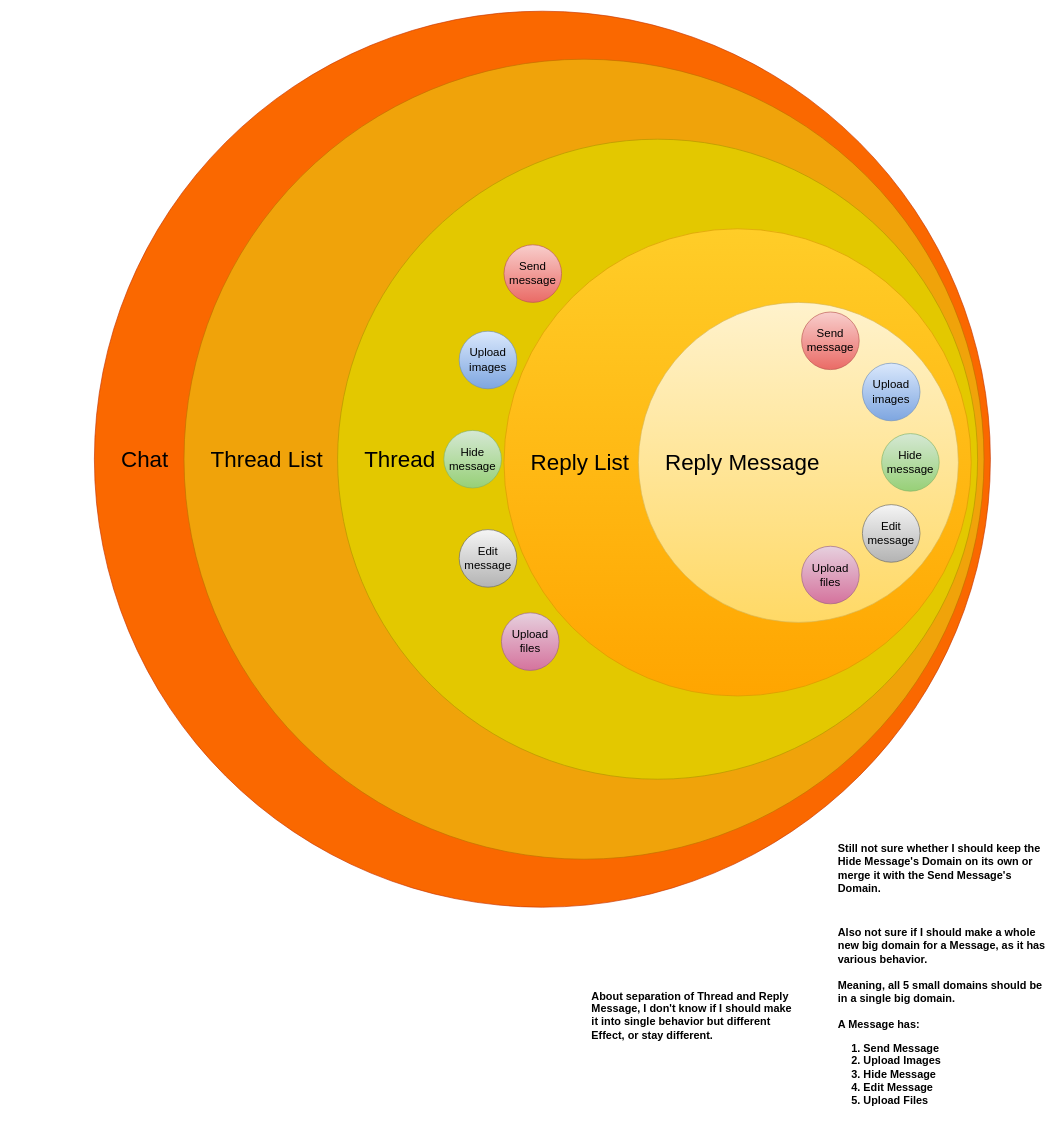
Above: page "Onion Architecture" (1 of 4) of Whole App Diagram.drawio in smashandhash/satsuma-apple (draw.io), before the change. Source tidied: cells renumbered, new cells numbered last; positions are measured from the earlier drawing's top-left corner, leaving out a move shared by most shapes. Both pictures are drawn from the tidied source at 64%, with x=0, y=0 at pixel (94, 11).
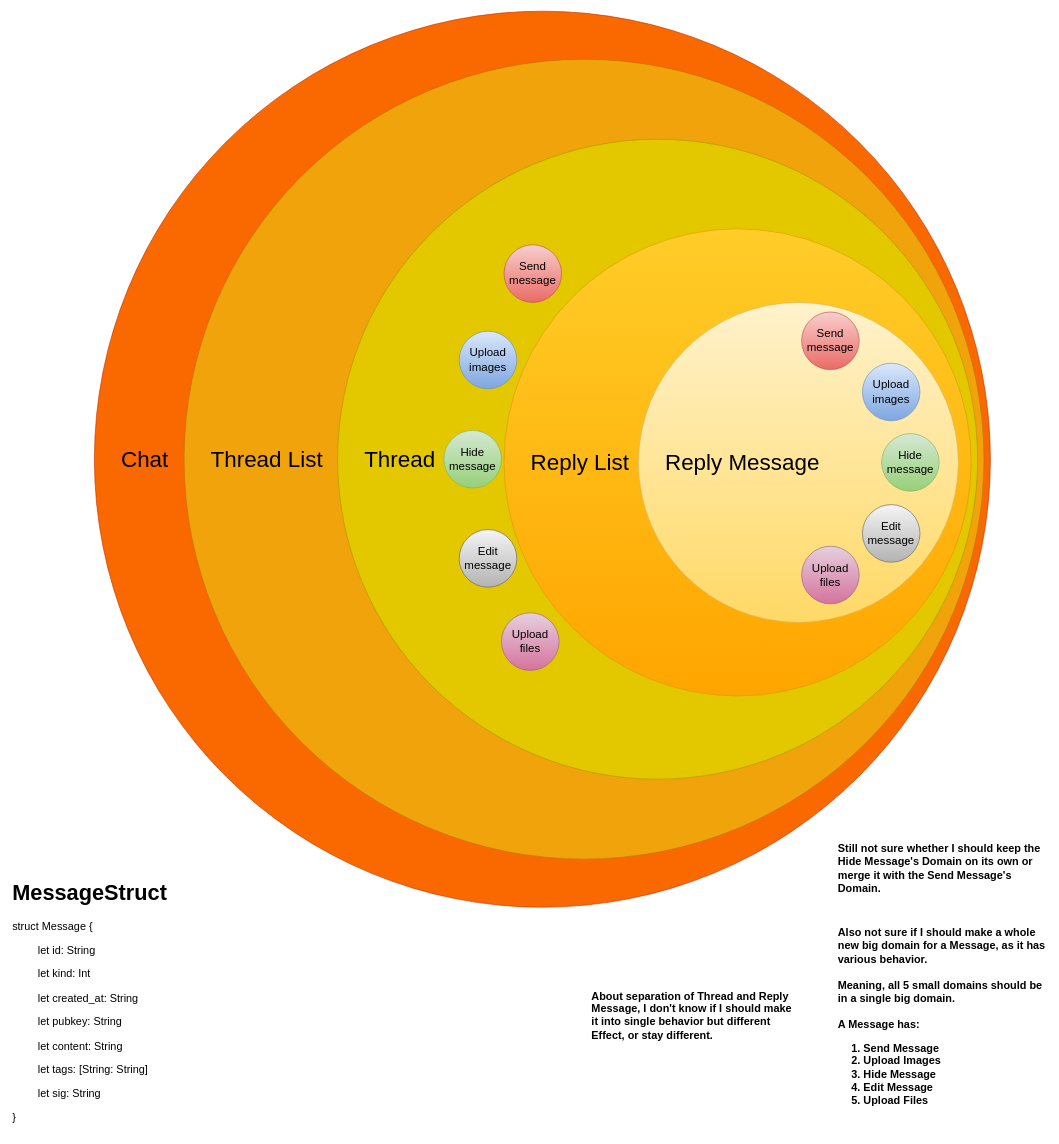
After the change.

Change to the diagram source:
```diff
@@
+    <mxCell id="20" value="&lt;h1 style=&quot;margin-top: 0px;&quot;&gt;MessageStruct&lt;/h1&gt;&lt;p&gt;struct Message {&lt;/p&gt;&lt;blockquote&gt;&lt;p&gt;let id: String&lt;/p&gt;&lt;p&gt;let kind: Int&lt;/p&gt;&lt;p&gt;let created_at: String&lt;/p&gt;&lt;p&gt;let pubkey: String&lt;/p&gt;&lt;p&gt;let content: String&lt;/p&gt;&lt;p&gt;let tags: [String: String]&lt;/p&gt;&lt;p&gt;let sig: String&lt;/p&gt;&lt;/blockquote&gt;&lt;p&gt;}&lt;/p&gt;" style="text;html=1;whiteSpace=wrap;overflow=hidden;rounded=0;fontSize=17;" parent="1" vertex="1">
+      <mxGeometry x="-130" y="1350" width="400" height="400" as="geometry" />
+    </mxCell>
```
